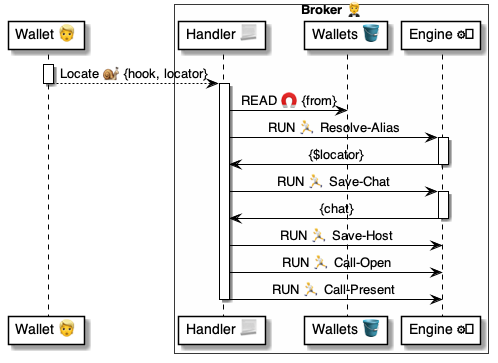
Earlier version of the PlantUML export 4 ⚙️ Solution/20 🧑‍🦰 UI/Brokers 🤵/🤵🅰️ Broker methods/Locators 🔆 Locate 🧑‍🦰🐌🤵/🤵 Locate ⚙️ uml.png (pollyweb-org/pollyweb-docs). Its source is kept beside it as 4 ⚙️ Solution/20 🧑‍🦰 UI/Brokers 🤵/🤵🅰️ Broker methods/Locators 🔆 Locate 🧑‍🦰🐌🤵/🤵 Locate ⚙️ uml.puml.
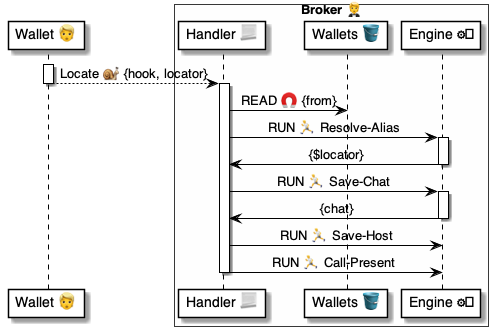
The same file after the commit.

Change to the diagram source:
```diff
@@ -32,7 +32,6 @@
 
     broker -> engine: RUN 🏃 Save-Host
 
-    broker -> engine: RUN 🏃 Call-Open
     broker -> engine: RUN 🏃 Call-Present
 
 
```
